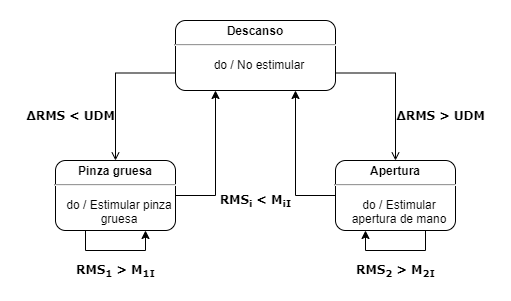
Earlier version of the draw.io export figures/FSM_Control.png (EnriqueMC557/Reporte_LIB). Source tidied: cells renumbered, new cells last; positions are measured from the earlier drawing's top-left corner, leaving out a move shared by most shapes.
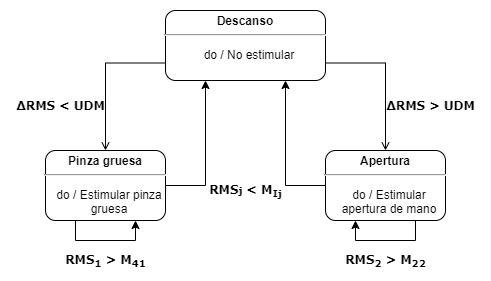
Above is the later version.

The edit, as a diff of the source:
```diff
@@ -29,7 +29,7 @@
     <mxCell id="10" value="&lt;b&gt;&lt;font face=&quot;Verdana&quot;&gt;ΔRMS &amp;lt; UDM&lt;br&gt;&lt;/font&gt;&lt;/b&gt;" style="text;html=1;align=center;verticalAlign=middle;" parent="1" vertex="1">
       <mxGeometry y="85" width="100" height="20" as="geometry" />
     </mxCell>
-    <mxCell id="11" value="&lt;b&gt;&lt;font face=&quot;Verdana&quot;&gt;RMS&lt;sub&gt;i&lt;/sub&gt;&amp;nbsp;&amp;lt; M&lt;sub&gt;iI&lt;/sub&gt;&lt;/font&gt;&lt;/b&gt;" style="text;html=1;align=center;verticalAlign=middle;" parent="1" vertex="1">
+    <mxCell id="11" value="&lt;b&gt;&lt;font face=&quot;Verdana&quot;&gt;RMS&lt;span style=&quot;font-size: 10px&quot;&gt;j&lt;/span&gt;&amp;nbsp;&amp;lt; M&lt;sub&gt;Ij&lt;/sub&gt;&lt;/font&gt;&lt;/b&gt;" style="text;html=1;align=center;verticalAlign=middle;" parent="1" vertex="1">
       <mxGeometry x="190" y="170" width="90" height="20" as="geometry" />
     </mxCell>
     <mxCell id="12" style="edgeStyle=orthogonalEdgeStyle;rounded=0;orthogonalLoop=1;jettySize=auto;html=1;exitX=0.75;exitY=1;exitDx=0;exitDy=0;exitPerimeter=0;entryX=0.25;entryY=1;entryDx=0;entryDy=0;entryPerimeter=0;" parent="1" edge="1" source="6" target="6">
@@ -40,8 +40,8 @@
         </Array>
       </mxGeometry>
     </mxCell>
-    <mxCell id="13" value="&lt;b&gt;&lt;font face=&quot;Verdana&quot;&gt;RMS&lt;sub&gt;2&lt;/sub&gt; &amp;gt; M&lt;sub&gt;2I&lt;/sub&gt;&lt;/font&gt;&lt;/b&gt;" style="text;html=1;align=center;verticalAlign=middle;" parent="1" vertex="1">
-      <mxGeometry x="330" y="240" width="90" height="20" as="geometry" />
+    <mxCell id="13" value="&lt;b&gt;&lt;font face=&quot;Verdana&quot;&gt;RMS&lt;sub&gt;2&lt;/sub&gt; &amp;gt; M&lt;sub&gt;22&lt;/sub&gt;&lt;/font&gt;&lt;/b&gt;" style="text;html=1;align=center;verticalAlign=middle;" parent="1" vertex="1">
+      <mxGeometry x="325" y="240" width="100" height="20" as="geometry" />
     </mxCell>
     <mxCell id="14" style="edgeStyle=orthogonalEdgeStyle;rounded=0;orthogonalLoop=1;jettySize=auto;html=1;exitX=0.25;exitY=1;exitDx=0;exitDy=0;exitPerimeter=0;entryX=0.75;entryY=1;entryDx=0;entryDy=0;entryPerimeter=0;" parent="1" edge="1" source="8" target="8">
       <mxGeometry relative="1" as="geometry">
@@ -51,8 +51,8 @@
         </Array>
       </mxGeometry>
     </mxCell>
-    <mxCell id="15" value="&lt;b&gt;&lt;font face=&quot;Verdana&quot;&gt;RMS&lt;sub&gt;1&lt;/sub&gt; &amp;gt; M&lt;sub&gt;1I&lt;/sub&gt;&lt;/font&gt;&lt;/b&gt;" style="text;html=1;align=center;verticalAlign=middle;" parent="1" vertex="1">
-      <mxGeometry x="50" y="240" width="90" height="20" as="geometry" />
+    <mxCell id="15" value="&lt;b&gt;&lt;font face=&quot;Verdana&quot;&gt;RMS&lt;sub&gt;1&lt;/sub&gt; &amp;gt; M&lt;sub&gt;41&lt;/sub&gt;&lt;/font&gt;&lt;/b&gt;" style="text;html=1;align=center;verticalAlign=middle;" parent="1" vertex="1">
+      <mxGeometry x="45" y="240" width="100" height="20" as="geometry" />
     </mxCell>
   </root>
 </mxGraphModel>
```
